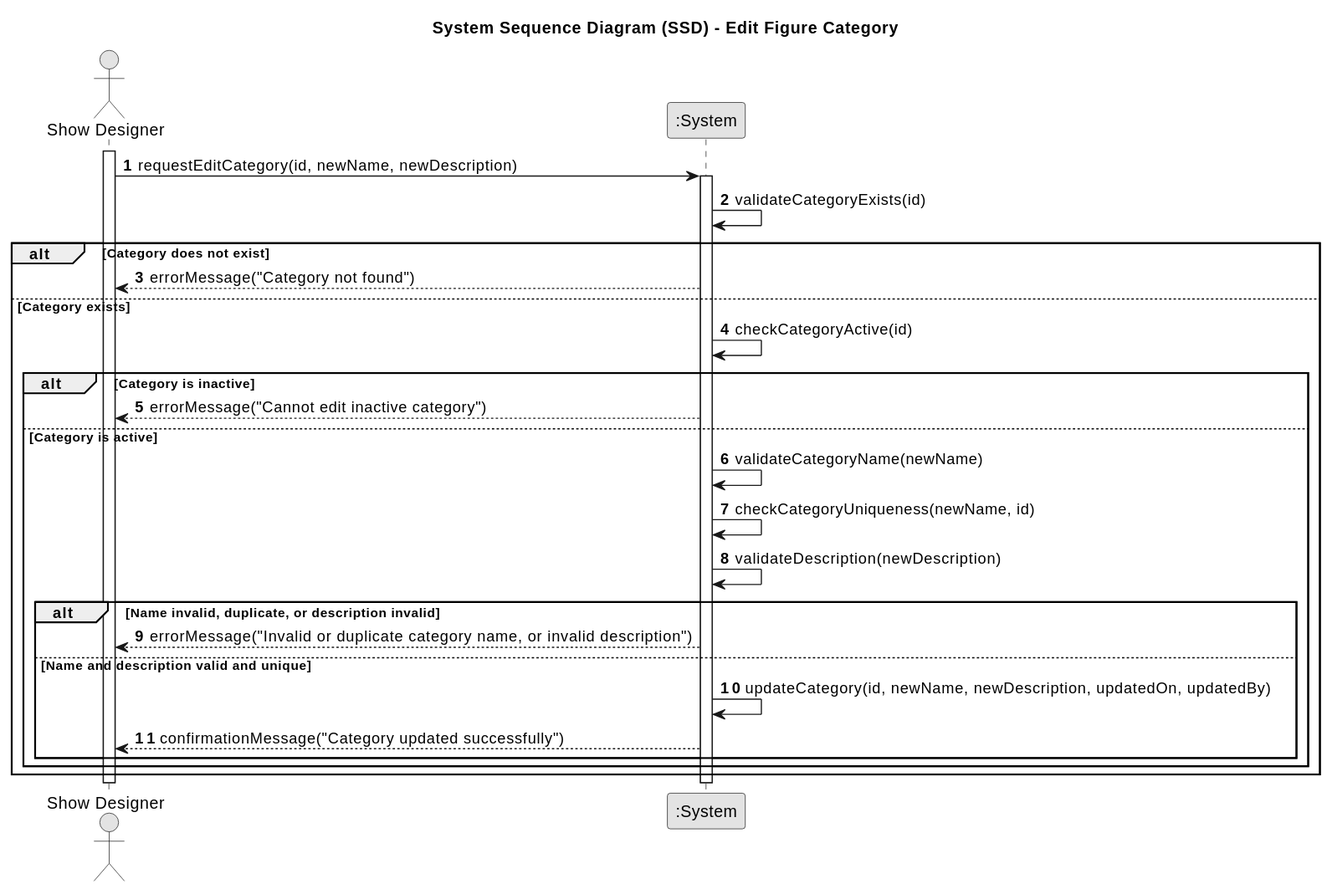
This is docs/planning/sprint2/EAPLI/US246 - Edit figure category/01.requirements-engineering/svg/us246-system-sequence-diagram.svg from SAEmanuel/Shodrone_ISEP, a PlantUML export, as it was before one commit. Its diagram source:
```plantuml
@startuml
skinparam monochrome true
skinparam packageStyle rectangle
skinparam shadowing false

title System Sequence Diagram (SSD) - Edit Figure Category

autonumber

actor "Show Designer" as SD
participant ":System" as System

activate SD

SD -> System: requestEditCategory(id, newName, newDescription)
activate System

System -> System: validateCategoryExists(id)
alt Category does not exist
    System --> SD: errorMessage("Category not found")
else Category exists
    System -> System: checkCategoryActive(id)
    alt Category is inactive
        System --> SD: errorMessage("Cannot edit inactive category")
    else Category is active
        System -> System: validateCategoryName(newName)
        System -> System: checkCategoryUniqueness(newName, id)
        System -> System: validateDescription(newDescription)
        alt Name invalid, duplicate, or description invalid
            System --> SD: errorMessage("Invalid or duplicate category name, or invalid description")
        else Name and description valid and unique
            System -> System: updateCategory(id, newName, newDescription, updatedOn, updatedBy)
            System --> SD: confirmationMessage("Category updated successfully")
        end
    end
end

deactivate System
deactivate SD
@enduml
```
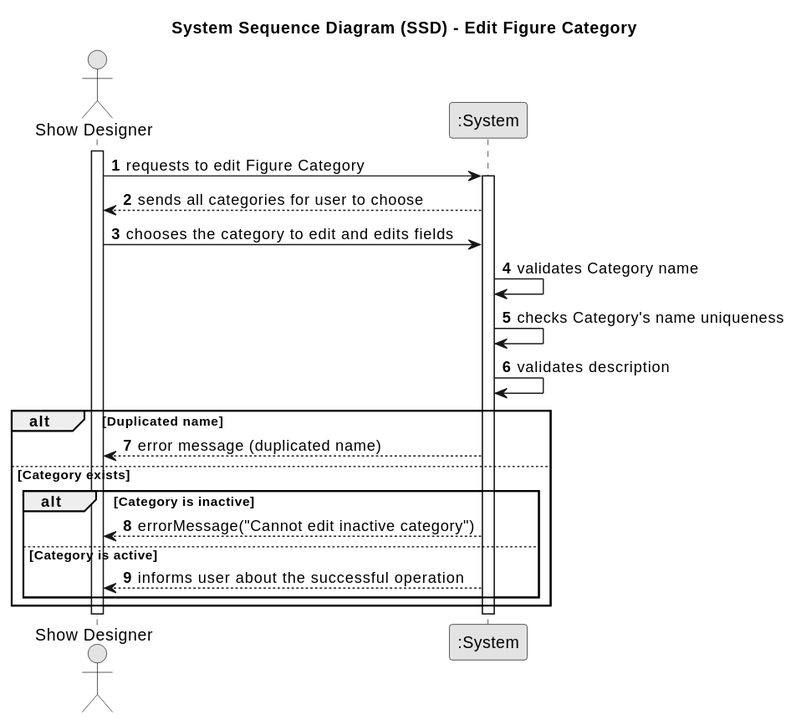
The same file after the commit.

The edit, as a diff of the source:
```diff
@@ -12,26 +12,24 @@
 
 activate SD
 
-SD -> System: requestEditCategory(id, newName, newDescription)
+SD -> System: requests to edit Figure Category
 activate System
 
-System -> System: validateCategoryExists(id)
-alt Category does not exist
-    System --> SD: errorMessage("Category not found")
+System --> SD: sends all categories for user to choose
+SD -> System : chooses the category to edit and edits fields
+System -> System: validates Category name
+System -> System: checks Category's name uniqueness
+System -> System: validates description
+
+alt Duplicated name
+ System --> SD: error message (duplicated name)
 else Category exists
-    System -> System: checkCategoryActive(id)
+
     alt Category is inactive
         System --> SD: errorMessage("Cannot edit inactive category")
     else Category is active
-        System -> System: validateCategoryName(newName)
-        System -> System: checkCategoryUniqueness(newName, id)
-        System -> System: validateDescription(newDescription)
-        alt Name invalid, duplicate, or description invalid
-            System --> SD: errorMessage("Invalid or duplicate category name, or invalid description")
-        else Name and description valid and unique
-            System -> System: updateCategory(id, newName, newDescription, updatedOn, updatedBy)
-            System --> SD: confirmationMessage("Category updated successfully")
-        end
+        System --> SD: informs user about the successful operation
+
     end
 end
 
```
